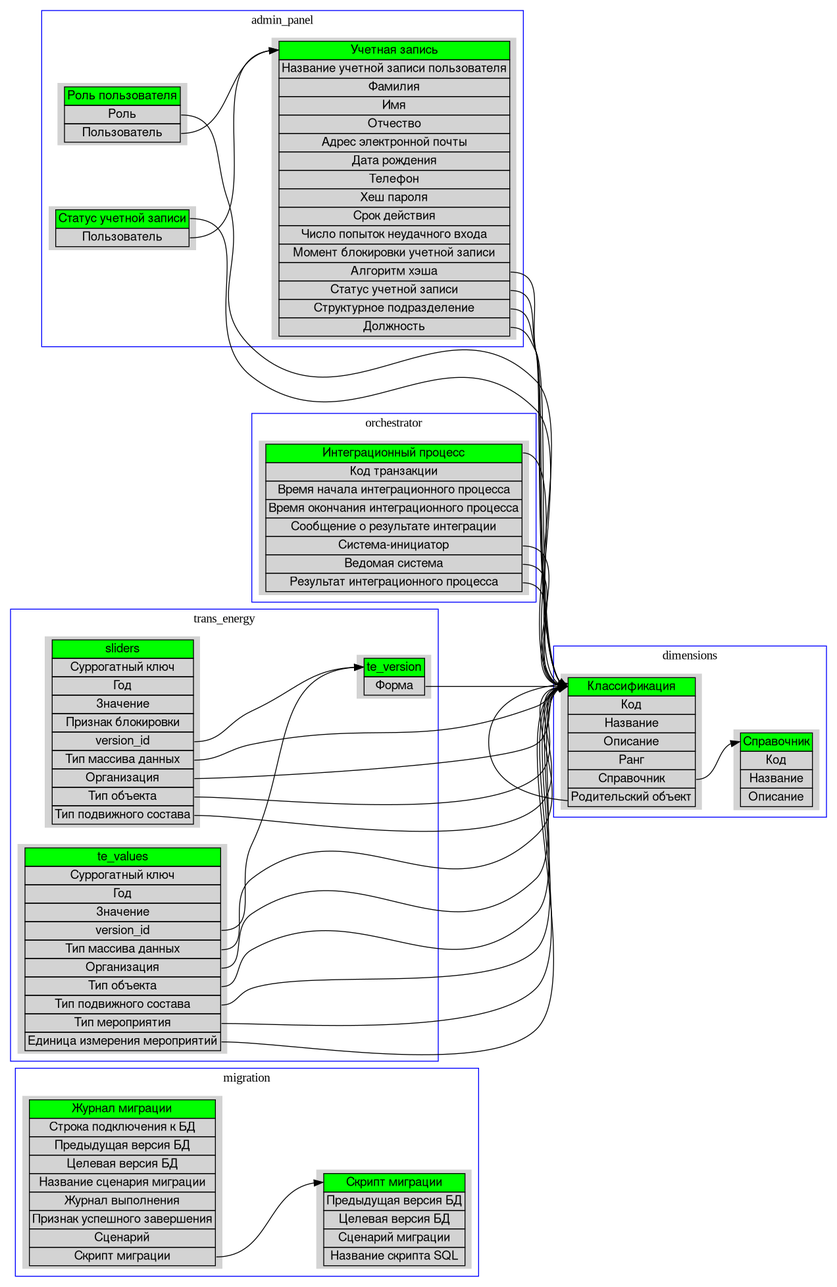
Before: viz/logic_model.gv.png, a diagram exported from Graphviz (larcefox/yalmm_viz). Its source is kept beside it as viz/logic_model.gv.
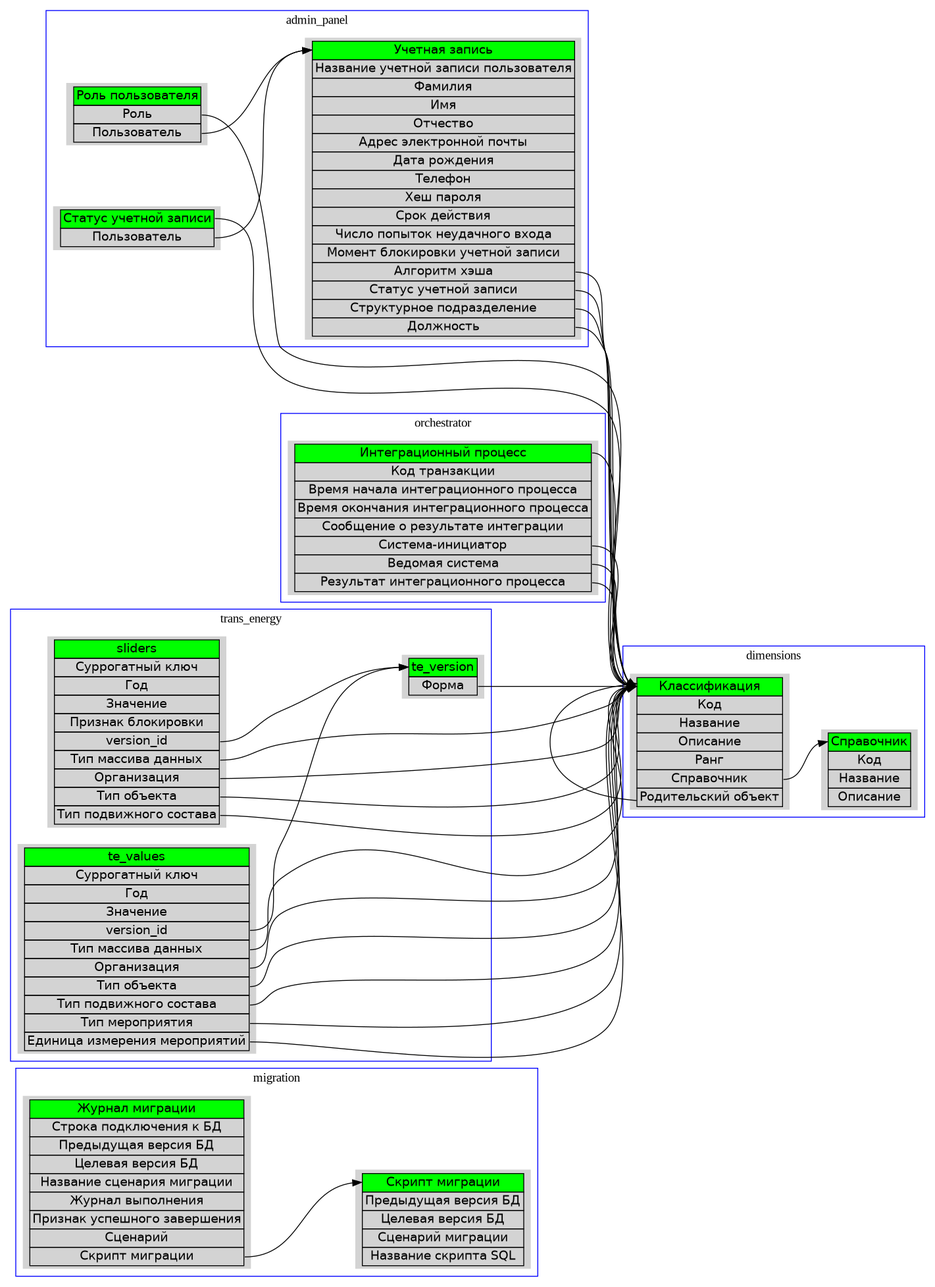
The same diagram one commit later.

Change to the diagram source:
```diff
@@ -1,6 +1,6 @@
 digraph logic_model {
-	graph [rankdir=LR ratio=auto]
-	node [fontname="Helvetica,Arial,sans-serif"]
+	graph [layout=dot rankdir=LR ratio=auto]
+	node [fontname=Helvetica]
 	subgraph cluster_0 {
 		node [shape=plaintext style=filled]
 		color=blue
@@ -10,8 +10,8 @@
 		node [shape=plaintext style=filled]
 		color=blue
 		label=migration
-		"Журнал миграции" [label=<<TABLE BORDER="0" CELLBORDER="1" CELLSPACING="0"><TR><TD bgcolor="green" PORT="0">Журнал миграции</TD></TR><TR><TD  PORT="1">Строка подключения к БД</TD></TR><TR><TD  PORT="2">Предыдущая версия БД</TD></TR><TR><TD  PORT="3">Целевая версия БД</TD></TR><TR><TD  PORT="4">Название сценария миграции</TD></TR><TR><TD  PORT="5">Журнал выполнения</TD></TR><TR><TD  PORT="6">Признак успешного завершения</TD></TR><TR><TD  PORT="7">Сценарий</TD></TR><TR><TD  PORT="8">Скрипт миграции</TD></TR></TABLE>>]
-		"Скрипт миграции" [label=<<TABLE BORDER="0" CELLBORDER="1" CELLSPACING="0"><TR><TD bgcolor="green" PORT="0">Скрипт миграции</TD></TR><TR><TD  PORT="1">Предыдущая версия БД</TD></TR><TR><TD  PORT="2">Целевая версия БД</TD></TR><TR><TD  PORT="3">Сценарий миграции</TD></TR><TR><TD  PORT="4">Название скрипта SQL</TD></TR></TABLE>>]
+		"Журнал миграции" [label=<<TABLE BORDER="0" CELLBORDER="1" CELLSPACING="0"><TR><TD bgcolor="green" PORT="0">Журнал миграции</TD></TR><TR><TD PORT="1">Строка подключения к БД</TD></TR><TR><TD PORT="2">Предыдущая версия БД</TD></TR><TR><TD PORT="3">Целевая версия БД</TD></TR><TR><TD PORT="4">Название сценария миграции</TD></TR><TR><TD PORT="5">Журнал выполнения</TD></TR><TR><TD PORT="6">Признак успешного завершения</TD></TR><TR><TD PORT="7">Сценарий</TD></TR><TR><TD PORT="8">Скрипт миграции</TD></TR></TABLE>>]
+		"Скрипт миграции" [label=<<TABLE BORDER="0" CELLBORDER="1" CELLSPACING="0"><TR><TD bgcolor="green" PORT="0">Скрипт миграции</TD></TR><TR><TD PORT="1">Предыдущая версия БД</TD></TR><TR><TD PORT="2">Целевая версия БД</TD></TR><TR><TD PORT="3">Сценарий миграции</TD></TR><TR><TD PORT="4">Название скрипта SQL</TD></TR></TABLE>>]
 		"Журнал миграции":8 -> "Скрипт миграции":0
 	}
 	subgraph cluster_1 {
@@ -23,8 +23,8 @@
 		node [shape=plaintext style=filled]
 		color=blue
 		label=dimensions
-		"Классификация" [label=<<TABLE BORDER="0" CELLBORDER="1" CELLSPACING="0"><TR><TD bgcolor="green" PORT="0">Классификация</TD></TR><TR><TD  PORT="1">Код</TD></TR><TR><TD  PORT="2">Название</TD></TR><TR><TD  PORT="3">Описание</TD></TR><TR><TD  PORT="4">Ранг</TD></TR><TR><TD  PORT="5">Справочник</TD></TR><TR><TD  PORT="6">Родительский объект</TD></TR></TABLE>>]
-		"Справочник" [label=<<TABLE BORDER="0" CELLBORDER="1" CELLSPACING="0"><TR><TD bgcolor="green" PORT="0">Справочник</TD></TR><TR><TD  PORT="1">Код</TD></TR><TR><TD  PORT="2">Название</TD></TR><TR><TD  PORT="3">Описание</TD></TR></TABLE>>]
+		"Классификация" [label=<<TABLE BORDER="0" CELLBORDER="1" CELLSPACING="0"><TR><TD bgcolor="green" PORT="0">Классификация</TD></TR><TR><TD PORT="1">Код</TD></TR><TR><TD PORT="2">Название</TD></TR><TR><TD PORT="3">Описание</TD></TR><TR><TD PORT="4">Ранг</TD></TR><TR><TD PORT="5">Справочник</TD></TR><TR><TD PORT="6">Родительский объект</TD></TR></TABLE>>]
+		"Справочник" [label=<<TABLE BORDER="0" CELLBORDER="1" CELLSPACING="0"><TR><TD bgcolor="green" PORT="0">Справочник</TD></TR><TR><TD PORT="1">Код</TD></TR><TR><TD PORT="2">Название</TD></TR><TR><TD PORT="3">Описание</TD></TR></TABLE>>]
 		"Классификация":5 -> "Справочник":0
 		"Классификация":6 -> "Классификация":0
 	}
@@ -37,9 +37,9 @@
 		node [shape=plaintext style=filled]
 		color=blue
 		label=admin_panel
-		"Учетная запись" [label=<<TABLE BORDER="0" CELLBORDER="1" CELLSPACING="0"><TR><TD bgcolor="green" PORT="0">Учетная запись</TD></TR><TR><TD  PORT="1">Название учетной записи пользователя</TD></TR><TR><TD  PORT="2">Фамилия</TD></TR><TR><TD  PORT="3">Имя</TD></TR><TR><TD  PORT="4">Отчество</TD></TR><TR><TD  PORT="5">Адрес электронной почты</TD></TR><TR><TD  PORT="6">Дата рождения</TD></TR><TR><TD  PORT="7">Телефон</TD></TR><TR><TD  PORT="8">Хеш пароля</TD></TR><TR><TD  PORT="9">Срок действия</TD></TR><TR><TD  PORT="10">Число попыток неудачного входа</TD></TR><TR><TD  PORT="11">Момент блокировки учетной записи</TD></TR><TR><TD  PORT="12">Алгоритм хэша</TD></TR><TR><TD  PORT="13">Статус учетной записи</TD></TR><TR><TD  PORT="14">Структурное подразделение</TD></TR><TR><TD  PORT="15">Должность</TD></TR></TABLE>>]
-		"Роль пользователя" [label=<<TABLE BORDER="0" CELLBORDER="1" CELLSPACING="0"><TR><TD bgcolor="green" PORT="0">Роль пользователя</TD></TR><TR><TD  PORT="1">Роль</TD></TR><TR><TD  PORT="2">Пользователь</TD></TR></TABLE>>]
-		"Статус учетной записи" [label=<<TABLE BORDER="0" CELLBORDER="1" CELLSPACING="0"><TR><TD bgcolor="green" PORT="0">Статус учетной записи</TD></TR><TR><TD  PORT="1">Пользователь</TD></TR></TABLE>>]
+		"Учетная запись" [label=<<TABLE BORDER="0" CELLBORDER="1" CELLSPACING="0"><TR><TD bgcolor="green" PORT="0">Учетная запись</TD></TR><TR><TD PORT="1">Название учетной записи пользователя</TD></TR><TR><TD PORT="2">Фамилия</TD></TR><TR><TD PORT="3">Имя</TD></TR><TR><TD PORT="4">Отчество</TD></TR><TR><TD PORT="5">Адрес электронной почты</TD></TR><TR><TD PORT="6">Дата рождения</TD></TR><TR><TD PORT="7">Телефон</TD></TR><TR><TD PORT="8">Хеш пароля</TD></TR><TR><TD PORT="9">Срок действия</TD></TR><TR><TD PORT="10">Число попыток неудачного входа</TD></TR><TR><TD PORT="11">Момент блокировки учетной записи</TD></TR><TR><TD PORT="12">Алгоритм хэша</TD></TR><TR><TD PORT="13">Статус учетной записи</TD></TR><TR><TD PORT="14">Структурное подразделение</TD></TR><TR><TD PORT="15">Должность</TD></TR></TABLE>>]
+		"Роль пользователя" [label=<<TABLE BORDER="0" CELLBORDER="1" CELLSPACING="0"><TR><TD bgcolor="green" PORT="0">Роль пользователя</TD></TR><TR><TD PORT="1">Роль</TD></TR><TR><TD PORT="2">Пользователь</TD></TR></TABLE>>]
+		"Статус учетной записи" [label=<<TABLE BORDER="0" CELLBORDER="1" CELLSPACING="0"><TR><TD bgcolor="green" PORT="0">Статус учетной записи</TD></TR><TR><TD PORT="1">Пользователь</TD></TR></TABLE>>]
 		"Учетная запись":12 -> "Классификация":0
 		"Учетная запись":13 -> "Классификация":0
 		"Учетная запись":14 -> "Классификация":0
@@ -58,7 +58,7 @@
 		node [shape=plaintext style=filled]
 		color=blue
 		label=orchestrator
-		"Интеграционный процесс" [label=<<TABLE BORDER="0" CELLBORDER="1" CELLSPACING="0"><TR><TD bgcolor="green" PORT="0">Интеграционный процесс</TD></TR><TR><TD  PORT="1">Код транзакции</TD></TR><TR><TD  PORT="2">Время начала интеграционного процесса</TD></TR><TR><TD  PORT="3">Время окончания интеграционного процесса</TD></TR><TR><TD  PORT="4">Сообщение о результате интеграции</TD></TR><TR><TD  PORT="5">Система-инициатор</TD></TR><TR><TD  PORT="6">Ведомая система</TD></TR><TR><TD  PORT="7">Результат интеграционного процесса</TD></TR></TABLE>>]
+		"Интеграционный процесс" [label=<<TABLE BORDER="0" CELLBORDER="1" CELLSPACING="0"><TR><TD bgcolor="green" PORT="0">Интеграционный процесс</TD></TR><TR><TD PORT="1">Код транзакции</TD></TR><TR><TD PORT="2">Время начала интеграционного процесса</TD></TR><TR><TD PORT="3">Время окончания интеграционного процесса</TD></TR><TR><TD PORT="4">Сообщение о результате интеграции</TD></TR><TR><TD PORT="5">Система-инициатор</TD></TR><TR><TD PORT="6">Ведомая система</TD></TR><TR><TD PORT="7">Результат интеграционного процесса</TD></TR></TABLE>>]
 		"Интеграционный процесс":5 -> "Классификация":0
 		"Интеграционный процесс":6 -> "Классификация":0
 		"Интеграционный процесс":0 -> "Классификация":0
@@ -73,9 +73,9 @@
 		node [shape=plaintext style=filled]
 		color=blue
 		label=trans_energy
-		te_version [label=<<TABLE BORDER="0" CELLBORDER="1" CELLSPACING="0"><TR><TD bgcolor="green" PORT="0">te_version</TD></TR><TR><TD  PORT="1">Форма</TD></TR></TABLE>>]
-		te_values [label=<<TABLE BORDER="0" CELLBORDER="1" CELLSPACING="0"><TR><TD bgcolor="green" PORT="0">te_values</TD></TR><TR><TD  PORT="1">Суррогатный ключ</TD></TR><TR><TD  PORT="2">Год</TD></TR><TR><TD  PORT="3">Значение</TD></TR><TR><TD  PORT="4">version_id</TD></TR><TR><TD  PORT="5">Тип массива данных</TD></TR><TR><TD  PORT="6">Организация</TD></TR><TR><TD  PORT="7">Тип объекта</TD></TR><TR><TD  PORT="8">Тип подвижного состава</TD></TR><TR><TD  PORT="9">Тип мероприятия</TD></TR><TR><TD  PORT="10">Единица измерения мероприятий</TD></TR></TABLE>>]
-		sliders [label=<<TABLE BORDER="0" CELLBORDER="1" CELLSPACING="0"><TR><TD bgcolor="green" PORT="0">sliders</TD></TR><TR><TD  PORT="1">Суррогатный ключ</TD></TR><TR><TD  PORT="2">Год</TD></TR><TR><TD  PORT="3">Значение</TD></TR><TR><TD  PORT="4">Признак блокировки</TD></TR><TR><TD  PORT="5">version_id</TD></TR><TR><TD  PORT="6">Тип массива данных</TD></TR><TR><TD  PORT="7">Организация</TD></TR><TR><TD  PORT="8">Тип объекта</TD></TR><TR><TD  PORT="9">Тип подвижного состава</TD></TR></TABLE>>]
+		te_version [label=<<TABLE BORDER="0" CELLBORDER="1" CELLSPACING="0"><TR><TD bgcolor="green" PORT="0">te_version</TD></TR><TR><TD PORT="1">Форма</TD></TR></TABLE>>]
+		te_values [label=<<TABLE BORDER="0" CELLBORDER="1" CELLSPACING="0"><TR><TD bgcolor="green" PORT="0">te_values</TD></TR><TR><TD PORT="1">Суррогатный ключ</TD></TR><TR><TD PORT="2">Год</TD></TR><TR><TD PORT="3">Значение</TD></TR><TR><TD PORT="4">version_id</TD></TR><TR><TD PORT="5">Тип массива данных</TD></TR><TR><TD PORT="6">Организация</TD></TR><TR><TD PORT="7">Тип объекта</TD></TR><TR><TD PORT="8">Тип подвижного состава</TD></TR><TR><TD PORT="9">Тип мероприятия</TD></TR><TR><TD PORT="10">Единица измерения мероприятий</TD></TR></TABLE>>]
+		sliders [label=<<TABLE BORDER="0" CELLBORDER="1" CELLSPACING="0"><TR><TD bgcolor="green" PORT="0">sliders</TD></TR><TR><TD PORT="1">Суррогатный ключ</TD></TR><TR><TD PORT="2">Год</TD></TR><TR><TD PORT="3">Значение</TD></TR><TR><TD PORT="4">Признак блокировки</TD></TR><TR><TD PORT="5">version_id</TD></TR><TR><TD PORT="6">Тип массива данных</TD></TR><TR><TD PORT="7">Организация</TD></TR><TR><TD PORT="8">Тип объекта</TD></TR><TR><TD PORT="9">Тип подвижного состава</TD></TR></TABLE>>]
 		te_version:1 -> "Классификация":0
 		te_values:4 -> te_version:0
 		te_values:5 -> "Классификация":0
```
